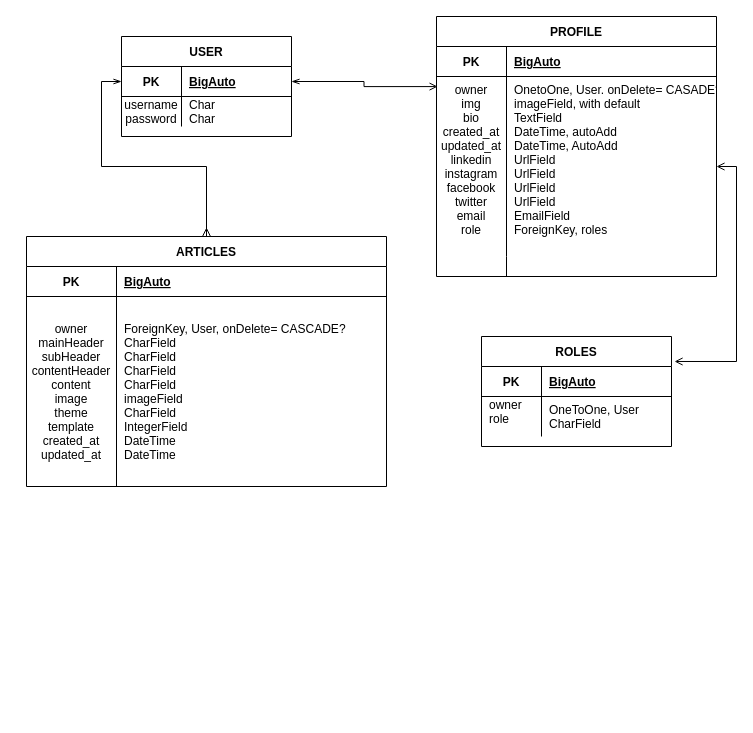
This is New.drawio from shinorspellz/vell-magazine, a draw.io file, before an edit. Source tidied: cells renumbered, new cells numbered last; positions are measured from the earlier drawing's top-left corner, leaving out a move shared by most shapes. Both pictures are drawn from the tidied source at 100%, with x=0, y=0 at pixel (26, 16).
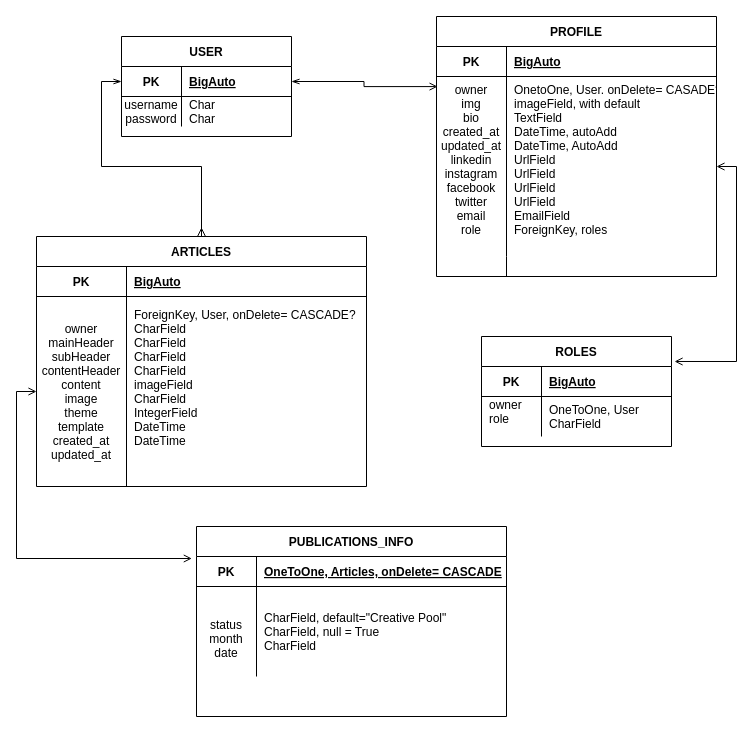
The same page after the edit.

What changed in the source:
```diff
@@
     <mxCell id="19" value="ARTICLES" style="shape=table;startSize=30;childLayout=tableLayout;rowLines=0;fontStyle=1;align=center;" parent="1" vertex="1">
-      <mxGeometry y="220" width="360" height="250" as="geometry" />
+      <mxGeometry x="10" y="220" width="330" height="250" as="geometry" />
     </mxCell>
     <mxCell id="20" style="shape=partialRectangle;fillColor=none;top=0;left=0;right=0;bottom=1;" parent="19" vertex="1">
-      <mxGeometry y="30" width="360" height="30" as="geometry" />
+      <mxGeometry y="30" width="330" height="30" as="geometry" />
     </mxCell>
@@
     <mxCell id="22" value="BigAuto" style="shape=partialRectangle;overflow=hidden;fillColor=none;top=0;left=0;bottom=0;right=0;align=left;spacingLeft=6;fontStyle=5;" parent="20" vertex="1">
-      <mxGeometry x="90" width="270" height="30" as="geometry" />
+      <mxGeometry x="90" width="240" height="30" as="geometry" />
     </mxCell>
     <mxCell id="23" style="shape=partialRectangle;fillColor=none;points=[[0,0.5],[1,0.5]];portConstraint=eastwest;top=0;left=0;right=0;bottom=0;" parent="19" vertex="1">
-      <mxGeometry y="60" width="360" height="190" as="geometry" />
+      <mxGeometry y="60" width="330" height="190" as="geometry" />
     </mxCell>
@@
-    <mxCell id="25" value="ForeignKey, User, onDelete= CASCADE?&#10;CharField&#10;CharField&#10;CharField&#10;CharField&#10;imageField&#10;CharField&#10;IntegerField&#10;DateTime&#10;DateTime" style="shape=partialRectangle;overflow=hidden;fillColor=none;top=0;left=0;bottom=0;right=0;align=left;spacingLeft=6;" parent="23" vertex="1">
-      <mxGeometry x="90" width="270" height="190" as="geometry" />
+    <mxCell id="25" value="ForeignKey, User, onDelete= CASCADE?&#10;CharField&#10;CharField&#10;CharField&#10;CharField&#10;imageField&#10;CharField&#10;IntegerField&#10;DateTime&#10;DateTime&#10;&#10;" style="shape=partialRectangle;overflow=hidden;fillColor=none;top=0;left=0;bottom=0;right=0;align=left;spacingLeft=6;" parent="23" vertex="1">
+      <mxGeometry x="90" width="240" height="190" as="geometry" />
     </mxCell>
@@
+    <mxCell id="37" value="PUBLICATIONS_INFO" style="shape=table;startSize=30;childLayout=tableLayout;rowLines=0;fontStyle=1;align=center;" parent="1" vertex="1">
+      <mxGeometry x="170" y="510" width="310" height="190" as="geometry" />
+    </mxCell>
+    <mxCell id="38" style="shape=partialRectangle;fillColor=none;points=[[0,0.5],[1,0.5]];portConstraint=eastwest;top=0;left=0;right=0;bottom=1;" parent="37" vertex="1">
+      <mxGeometry y="30" width="310" height="30" as="geometry" />
+    </mxCell>
+    <mxCell id="39" value="PK" style="shape=partialRectangle;overflow=hidden;fillColor=none;top=0;left=0;bottom=0;right=0;fontStyle=1;" parent="38" vertex="1">
+      <mxGeometry width="60" height="30" as="geometry" />
+    </mxCell>
+    <mxCell id="40" value="OneToOne, Articles, onDelete= CASCADE" style="shape=partialRectangle;overflow=hidden;fillColor=none;top=0;left=0;bottom=0;right=0;align=left;spacingLeft=6;fontStyle=5;" parent="38" vertex="1">
+      <mxGeometry x="60" width="250" height="30" as="geometry" />
+    </mxCell>
+    <mxCell id="41" style="shape=partialRectangle;fillColor=none;top=0;left=0;right=0;bottom=0;" parent="37" vertex="1">
+      <mxGeometry y="60" width="310" height="90" as="geometry" />
+    </mxCell>
+    <mxCell id="42" value="&#10;status&#10;month&#10;date" style="shape=partialRectangle;overflow=hidden;fillColor=none;top=0;left=0;bottom=0;right=0;" parent="41" vertex="1">
+      <mxGeometry width="60" height="90" as="geometry" />
+    </mxCell>
+    <mxCell id="43" value="CharField, default=&quot;Creative Pool&quot;&#10;CharField, null = True&#10;CharField" style="shape=partialRectangle;overflow=hidden;fillColor=none;top=0;left=0;bottom=0;right=0;align=left;spacingLeft=6;" parent="41" vertex="1">
+      <mxGeometry x="60" width="250" height="90" as="geometry" />
+    </mxCell>
+    <mxCell id="44" style="edgeStyle=orthogonalEdgeStyle;rounded=0;jettySize=auto;html=1;exitX=0;exitY=0.5;exitDx=0;exitDy=0;entryX=-0.015;entryY=0.067;entryDx=0;entryDy=0;entryPerimeter=0;startArrow=open;startFill=0;endArrow=open;endFill=0;" parent="1" edge="1" source="23" target="38">
+      <mxGeometry relative="1" as="geometry" />
+    </mxCell>
```
